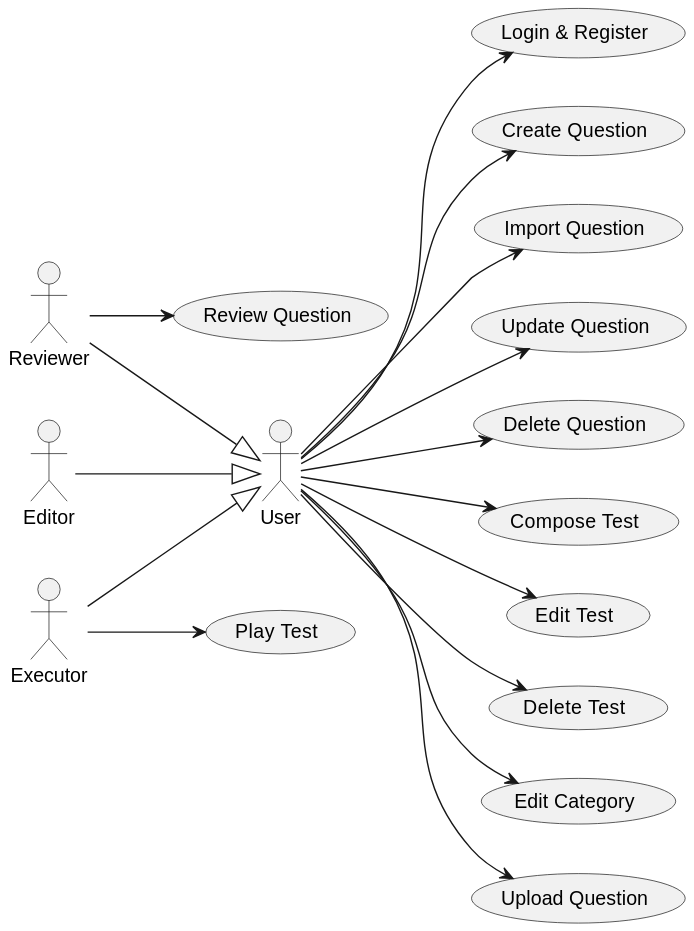
The PlantUML diagram out/doc/useCases_app/useCases_app.svg in Joselon/ProyectoOpoTest, before a commit.
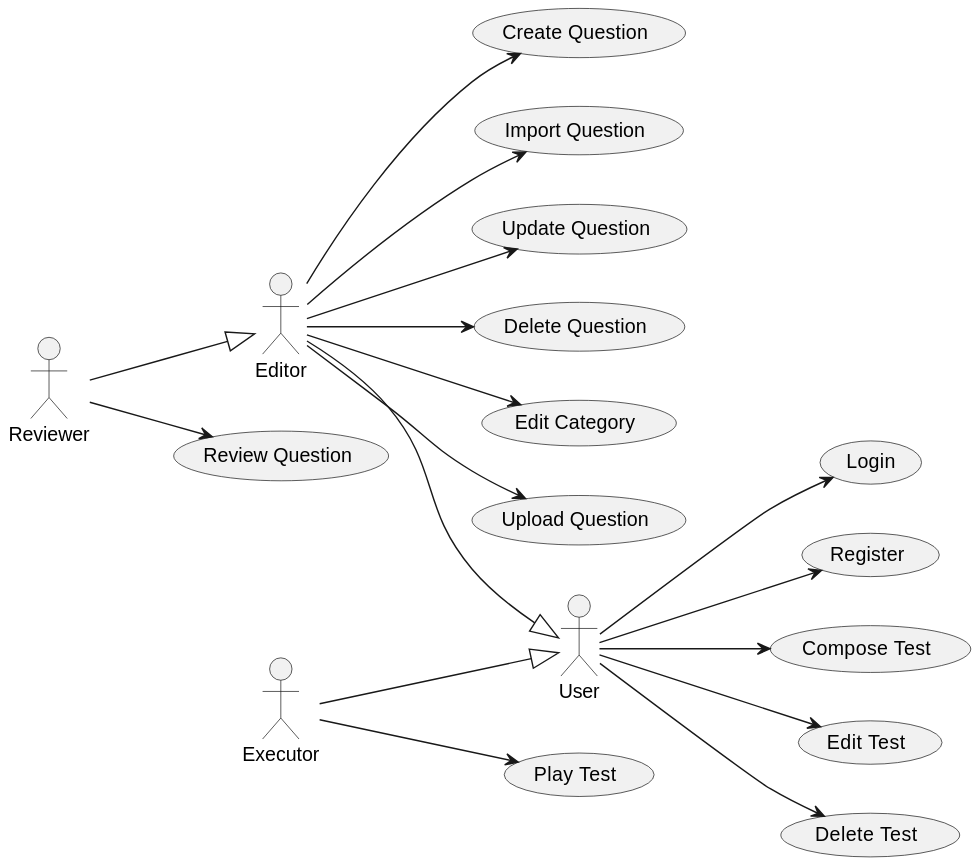
Later version of the same file.

Commit message:
Revisando_faltaDiagramaEstadosReview

The edit, as a diff of the source:
```diff
@@ -3,7 +3,8 @@
 actor User
 actor Editor
 actor Reviewer
-usecase "Login & Register" as login
+usecase "Login" as login
+usecase "Register" as register
 usecase "Create Question" as createQ
 usecase "Import Question" as importQ
 usecase "Update Question" as updateQ
@@ -20,22 +21,23 @@
 usecase "Review Question" as review
 
 Editor --|> User
-Reviewer --|> User
+Reviewer --|> Editor
 Executor --|> User
 
-User --> createQ
-User --> importQ
-User --> updateQ
-User --> deleteQ
-User --> uploadQ
+Editor --> createQ
+Editor --> importQ
+Editor --> updateQ
+Editor --> deleteQ
+Editor --> uploadQ
 
 User --> login
+User --> register
 User --> composeT
 User --> editT
 User --> deleteT
 Executor --> playT
 
-User --> editC
+Editor --> editC
 
 Reviewer --> review
 
```
